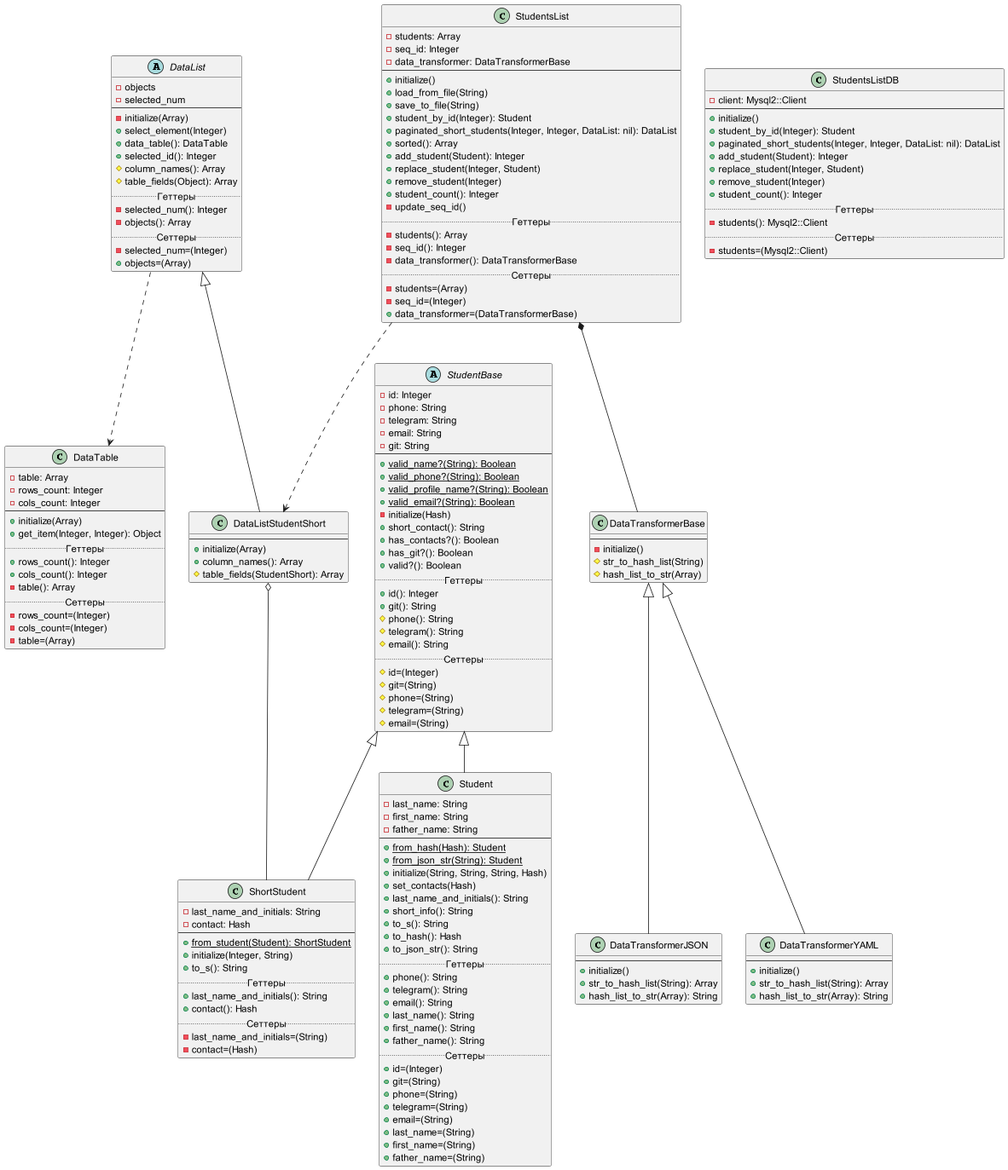
The PlantUML diagram Diagrams/lab2.png in r1411/PatternsLabs, before a commit.
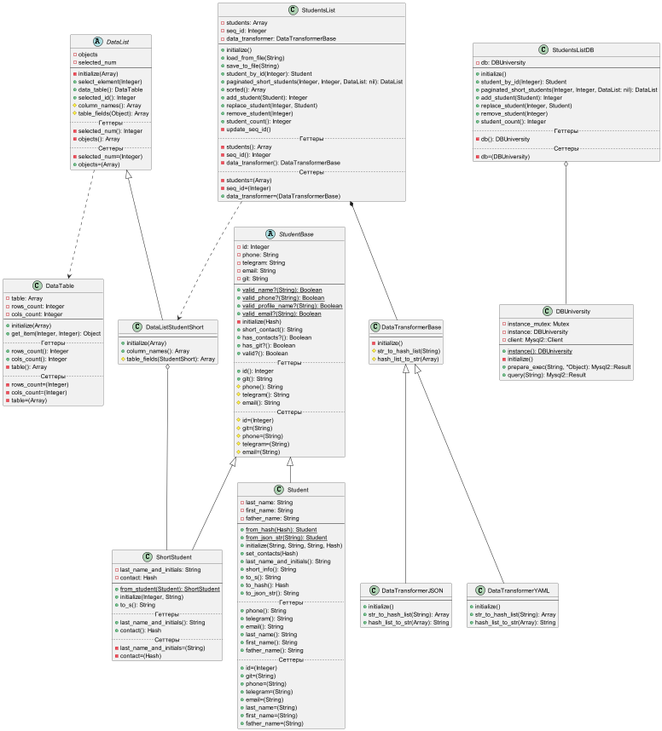
Later version of the same file.

The edit, as a diff of the source:
```diff
@@ -4,6 +4,7 @@
 StudentsList *-- DataTransformerBase
 StudentsList ..> DataListStudentShort
 DataListStudentShort o-- ShortStudent
+StudentsListDB o-- DBUniversity
 
 abstract class StudentBase {
     -id: Integer
@@ -171,8 +172,19 @@
     +hash_list_to_str(Array): String
 }
 
+class DBUniversity {
+    -instance_mutex: Mutex
+    -instance: DBUniversity
+    -client: Mysql2::Client
+    --
+    +{static}instance(): DBUniversity
+    -initialize()
+    +prepare_exec(String, *Object): Mysql2::Result
+    +query(String): Mysql2::Result
+}
+
 class StudentsListDB {
-    -client: Mysql2::Client
+    -db: DBUniversity
     --
     +initialize()
     +student_by_id(Integer): Student
@@ -182,9 +194,9 @@
     +remove_student(Integer)
     +student_count(): Integer
     .. Геттеры ..
-    -students(): Mysql2::Client
+    -db(): DBUniversity
     .. Сеттеры ..
-    -students=(Mysql2::Client)
+    -db=(DBUniversity)
 }
 
 @enduml
```
